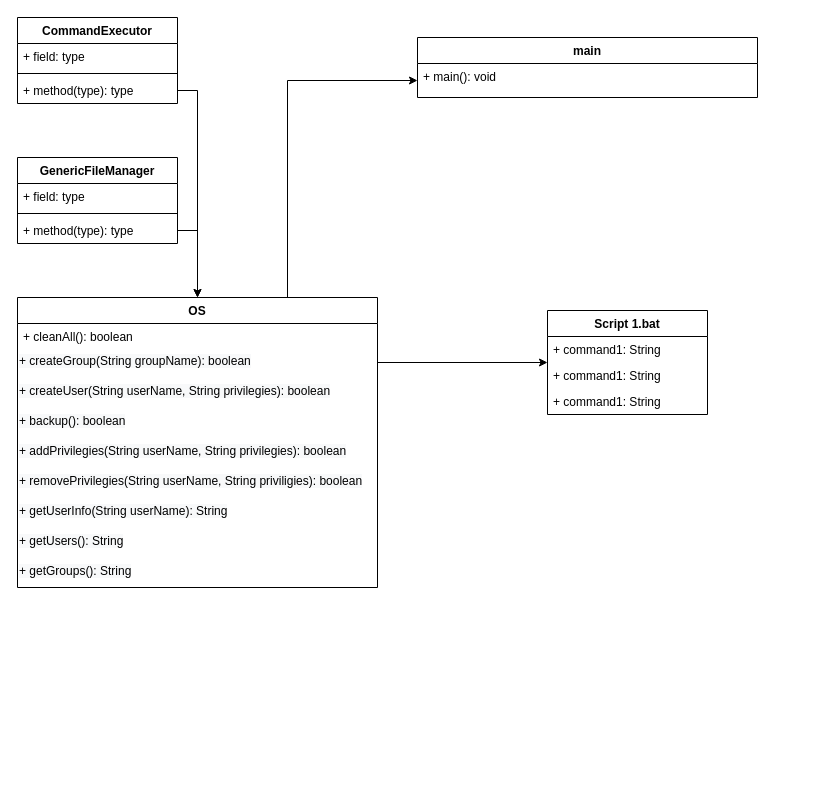
Earlier version of the draw.io diagram sistemasoperativos/doc/Diagrama de clases.drawio (RafaelRodriguezSanz/Sistemas-Operativos). Source tidied: cells renumbered, new cells numbered last; positions are measured from the earlier drawing's top-left corner, leaving out a move shared by most shapes. Both pictures are drawn from the tidied source at 100%, with x=0, y=0 at pixel (17, 17).
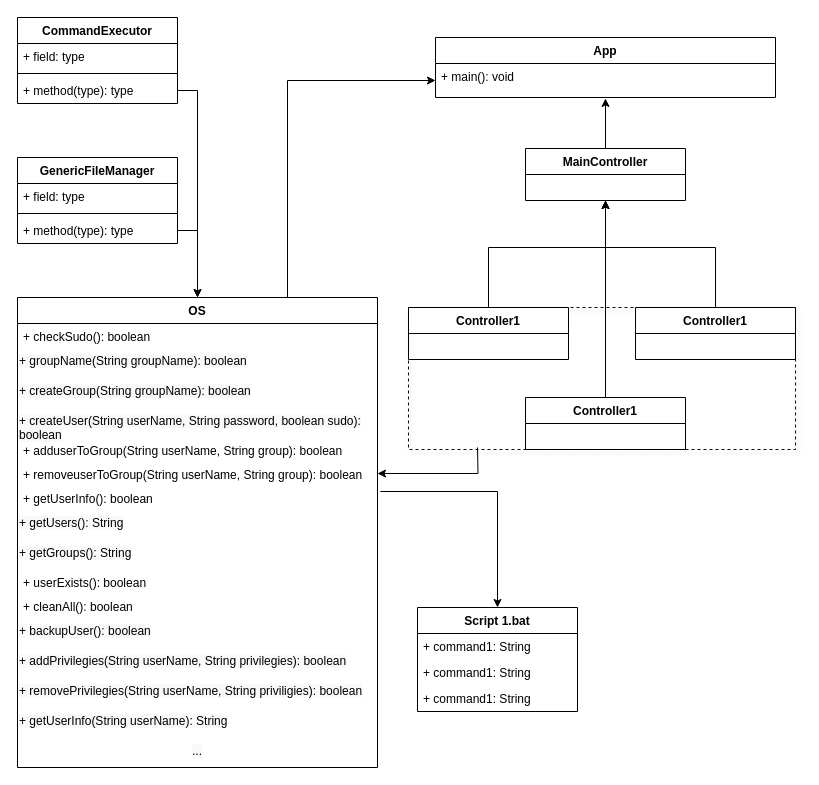
The same page after the edit.

The change refers to these unchanged cells:
```xml
<mxCell id="22" value="+ main(): void" style="text;strokeColor=none;fillColor=none;align=left;verticalAlign=top;spacingLeft=4;spacingRight=4;overflow=hidden;points=[[0,0.5],[1,0.5]];portConstraint=eastwest;" parent="21" vertex="1">
  <mxGeometry y="26" width="340" height="34" as="geometry" />
</mxCell>
```

Change to the diagram source:
```diff
@@
     <mxCell id="11" value="OS" style="swimlane;fontStyle=1;align=center;verticalAlign=top;horizontal=1;startSize=26;" parent="1" vertex="1">
-      <mxGeometry y="280" width="360" height="290" as="geometry" />
+      <mxGeometry y="280" width="360" height="470" as="geometry" />
     </mxCell>
-    <mxCell id="12" value="+ cleanAll(): boolean" style="text;strokeColor=none;fillColor=none;align=left;verticalAlign=top;spacingLeft=4;spacingRight=4;overflow=hidden;" parent="11" vertex="1">
+    <mxCell id="12" value="+ checkSudo(): boolean" style="text;strokeColor=none;fillColor=none;align=left;verticalAlign=top;spacingLeft=4;spacingRight=4;overflow=hidden;" parent="11" vertex="1">
       <mxGeometry y="26" width="360" height="24" as="geometry" />
     </mxCell>
+    <mxCell id="30" value="&lt;span style=&quot;color: rgb(0 , 0 , 0) ; font-family: &amp;#34;helvetica&amp;#34; ; font-size: 12px ; font-style: normal ; font-weight: 400 ; letter-spacing: normal ; text-align: left ; text-indent: 0px ; text-transform: none ; word-spacing: 0px ; background-color: rgb(248 , 249 , 250) ; display: inline ; float: none&quot;&gt;+ groupName(String groupName): boolean&lt;/span&gt;" style="text;whiteSpace=wrap;html=1;" parent="11" vertex="1">
+      <mxGeometry y="50" width="360" height="30" as="geometry" />
+    </mxCell>
     <mxCell id="13" value="&lt;span style=&quot;color: rgb(0 , 0 , 0) ; font-family: &amp;#34;helvetica&amp;#34; ; font-size: 12px ; font-style: normal ; font-weight: 400 ; letter-spacing: normal ; text-align: left ; text-indent: 0px ; text-transform: none ; word-spacing: 0px ; background-color: rgb(248 , 249 , 250) ; display: inline ; float: none&quot;&gt;+ createGroup(String groupName): boolean&lt;/span&gt;&lt;br style=&quot;padding: 0px ; margin: 0px ; color: rgb(0 , 0 , 0) ; font-family: &amp;#34;helvetica&amp;#34; ; font-size: 12px ; font-style: normal ; font-weight: 400 ; letter-spacing: normal ; text-align: left ; text-indent: 0px ; text-transform: none ; word-spacing: 0px ; background-color: rgb(248 , 249 , 250)&quot;&gt;" style="text;whiteSpace=wrap;html=1;" parent="11" vertex="1">
-      <mxGeometry y="50" width="360" height="30" as="geometry" />
+      <mxGeometry y="80" width="360" height="30" as="geometry" />
     </mxCell>
-    <mxCell id="14" value="&lt;span style=&quot;color: rgb(0 , 0 , 0) ; font-size: 12px ; font-style: normal ; font-weight: 400 ; letter-spacing: normal ; text-align: left ; text-indent: 0px ; text-transform: none ; word-spacing: 0px ; font-family: &amp;#34;helvetica&amp;#34; ; background-color: rgb(248 , 249 , 250) ; display: inline ; float: none&quot;&gt;+ createUser(String userName, String privilegies): boolean&lt;/span&gt;&lt;br style=&quot;color: rgb(0 , 0 , 0) ; font-size: 12px ; font-style: normal ; font-weight: 400 ; letter-spacing: normal ; text-align: left ; text-indent: 0px ; text-transform: none ; word-spacing: 0px ; padding: 0px ; margin: 0px ; font-family: &amp;#34;helvetica&amp;#34; ; background-color: rgb(248 , 249 , 250)&quot;&gt;" style="text;whiteSpace=wrap;html=1;" parent="11" vertex="1">
-      <mxGeometry y="80" width="360" height="30" as="geometry" />
+    <mxCell id="14" value="&lt;span style=&quot;color: rgb(0 , 0 , 0) ; font-size: 12px ; font-style: normal ; font-weight: 400 ; letter-spacing: normal ; text-align: left ; text-indent: 0px ; text-transform: none ; word-spacing: 0px ; font-family: &amp;#34;helvetica&amp;#34; ; background-color: rgb(248 , 249 , 250) ; display: inline ; float: none&quot;&gt;+ createUser(String userName, String password, boolean sudo): boolean&lt;/span&gt;" style="text;whiteSpace=wrap;html=1;" parent="11" vertex="1">
+      <mxGeometry y="110" width="360" height="30" as="geometry" />
     </mxCell>
+    <mxCell id="31" value="+ adduserToGroup(String userName, String group): boolean" style="text;strokeColor=none;fillColor=none;align=left;verticalAlign=top;spacingLeft=4;spacingRight=4;overflow=hidden;" parent="11" vertex="1">
+      <mxGeometry y="140" width="360" height="24" as="geometry" />
+    </mxCell>
+    <mxCell id="32" value="+ removeuserToGroup(String userName, String group): boolean" style="text;strokeColor=none;fillColor=none;align=left;verticalAlign=top;spacingLeft=4;spacingRight=4;overflow=hidden;points=[[0,0.5],[1,0.5]];portConstraint=eastwest;" parent="11" vertex="1">
+      <mxGeometry y="164" width="360" height="24" as="geometry" />
+    </mxCell>
+    <mxCell id="33" value="+ getUserInfo(): boolean" style="text;strokeColor=none;fillColor=none;align=left;verticalAlign=top;spacingLeft=4;spacingRight=4;overflow=hidden;" parent="11" vertex="1">
+      <mxGeometry y="188" width="360" height="24" as="geometry" />
+    </mxCell>
+    <mxCell id="19" value="&lt;span style=&quot;color: rgb(0 , 0 , 0) ; font-size: 12px ; font-style: normal ; font-weight: 400 ; letter-spacing: normal ; text-align: left ; text-indent: 0px ; text-transform: none ; word-spacing: 0px ; font-family: &amp;#34;helvetica&amp;#34; ; background-color: rgb(248 , 249 , 250) ; display: inline ; float: none&quot;&gt;+ getUsers(): String&lt;/span&gt;" style="text;whiteSpace=wrap;html=1;" parent="11" vertex="1">
+      <mxGeometry y="212" width="360" height="30" as="geometry" />
+    </mxCell>
+    <mxCell id="20" value="&lt;span style=&quot;color: rgb(0 , 0 , 0) ; font-size: 12px ; font-style: normal ; font-weight: 400 ; letter-spacing: normal ; text-align: left ; text-indent: 0px ; text-transform: none ; word-spacing: 0px ; font-family: &amp;#34;helvetica&amp;#34; ; background-color: rgb(248 , 249 , 250) ; display: inline ; float: none&quot;&gt;+ getGroups(): String&lt;/span&gt;" style="text;whiteSpace=wrap;html=1;" parent="11" vertex="1">
+      <mxGeometry y="242" width="360" height="30" as="geometry" />
+    </mxCell>
+    <mxCell id="34" value="+ userExists(): boolean" style="text;strokeColor=none;fillColor=none;align=left;verticalAlign=top;spacingLeft=4;spacingRight=4;overflow=hidden;" parent="11" vertex="1">
+      <mxGeometry y="272" width="360" height="24" as="geometry" />
+    </mxCell>
+    <mxCell id="35" value="+ cleanAll(): boolean" style="text;strokeColor=none;fillColor=none;align=left;verticalAlign=top;spacingLeft=4;spacingRight=4;overflow=hidden;" parent="11" vertex="1">
+      <mxGeometry y="296" width="360" height="24" as="geometry" />
+    </mxCell>
-    <mxCell id="15" value="&lt;span style=&quot;color: rgb(0 , 0 , 0) ; font-size: 12px ; font-style: normal ; font-weight: 400 ; letter-spacing: normal ; text-align: left ; text-indent: 0px ; text-transform: none ; word-spacing: 0px ; font-family: &amp;#34;helvetica&amp;#34; ; background-color: rgb(248 , 249 , 250) ; display: inline ; float: none&quot;&gt;+ backup(): boolean&lt;/span&gt;" style="text;whiteSpace=wrap;html=1;" parent="11" vertex="1">
-      <mxGeometry y="110" width="360" height="30" as="geometry" />
+    <mxCell id="15" value="&lt;span style=&quot;color: rgb(0 , 0 , 0) ; font-size: 12px ; font-style: normal ; font-weight: 400 ; letter-spacing: normal ; text-align: left ; text-indent: 0px ; text-transform: none ; word-spacing: 0px ; font-family: &amp;#34;helvetica&amp;#34; ; background-color: rgb(248 , 249 , 250) ; display: inline ; float: none&quot;&gt;+ backupUser(): boolean&lt;/span&gt;" style="text;whiteSpace=wrap;html=1;" parent="11" vertex="1">
+      <mxGeometry y="320" width="360" height="30" as="geometry" />
     </mxCell>
     <mxCell id="16" value="&lt;span style=&quot;color: rgb(0 , 0 , 0) ; font-size: 12px ; font-style: normal ; font-weight: 400 ; letter-spacing: normal ; text-align: left ; text-indent: 0px ; text-transform: none ; word-spacing: 0px ; font-family: &amp;#34;helvetica&amp;#34; ; background-color: rgb(248 , 249 , 250) ; display: inline ; float: none&quot;&gt;+ addPrivilegies(String userName, String privilegies): boolean&lt;/span&gt;&lt;br style=&quot;color: rgb(0 , 0 , 0) ; font-size: 12px ; font-style: normal ; font-weight: 400 ; letter-spacing: normal ; text-align: left ; text-indent: 0px ; text-transform: none ; word-spacing: 0px ; padding: 0px ; margin: 0px ; font-family: &amp;#34;helvetica&amp;#34; ; background-color: rgb(248 , 249 , 250)&quot;&gt;" style="text;whiteSpace=wrap;html=1;" parent="11" vertex="1">
-      <mxGeometry y="140" width="360" height="30" as="geometry" />
+      <mxGeometry y="350" width="360" height="30" as="geometry" />
     </mxCell>
     <mxCell id="17" value="&lt;span style=&quot;color: rgb(0 , 0 , 0) ; font-size: 12px ; font-style: normal ; font-weight: 400 ; letter-spacing: normal ; text-align: left ; text-indent: 0px ; text-transform: none ; word-spacing: 0px ; font-family: &amp;#34;helvetica&amp;#34; ; background-color: rgb(248 , 249 , 250) ; display: inline ; float: none&quot;&gt;+ removePrivilegies(String userName, String priviligies): boolean&lt;/span&gt;&lt;br style=&quot;color: rgb(0 , 0 , 0) ; font-size: 12px ; font-style: normal ; font-weight: 400 ; letter-spacing: normal ; text-align: left ; text-indent: 0px ; text-transform: none ; word-spacing: 0px ; padding: 0px ; margin: 0px ; font-family: &amp;#34;helvetica&amp;#34; ; background-color: rgb(248 , 249 , 250)&quot;&gt;" style="text;whiteSpace=wrap;html=1;" parent="11" vertex="1">
-      <mxGeometry y="170" width="360" height="30" as="geometry" />
+      <mxGeometry y="380" width="360" height="30" as="geometry" />
     </mxCell>
+    <mxCell id="36" value="&lt;span style=&quot;color: rgb(0 , 0 , 0) ; font-size: 12px ; font-style: normal ; font-weight: 400 ; letter-spacing: normal ; text-align: left ; text-indent: 0px ; text-transform: none ; word-spacing: 0px ; font-family: &amp;#34;helvetica&amp;#34; ; background-color: rgb(248 , 249 , 250) ; display: inline ; float: none&quot;&gt;+ getUserInfo(String userName): String&lt;/span&gt;&lt;br style=&quot;color: rgb(0 , 0 , 0) ; font-size: 12px ; font-style: normal ; font-weight: 400 ; letter-spacing: normal ; text-align: left ; text-indent: 0px ; text-transform: none ; word-spacing: 0px ; padding: 0px ; margin: 0px ; font-family: &amp;#34;helvetica&amp;#34; ; background-color: rgb(248 , 249 , 250)&quot;&gt;" style="text;whiteSpace=wrap;html=1;" parent="11" vertex="1">
+      <mxGeometry y="410" width="360" height="30" as="geometry" />
+    </mxCell>
-    <mxCell id="18" value="&lt;span style=&quot;color: rgb(0 , 0 , 0) ; font-size: 12px ; font-style: normal ; font-weight: 400 ; letter-spacing: normal ; text-align: left ; text-indent: 0px ; text-transform: none ; word-spacing: 0px ; font-family: &amp;#34;helvetica&amp;#34; ; background-color: rgb(248 , 249 , 250) ; display: inline ; float: none&quot;&gt;+ getUserInfo(String userName): String&lt;/span&gt;&lt;br style=&quot;color: rgb(0 , 0 , 0) ; font-size: 12px ; font-style: normal ; font-weight: 400 ; letter-spacing: normal ; text-align: left ; text-indent: 0px ; text-transform: none ; word-spacing: 0px ; padding: 0px ; margin: 0px ; font-family: &amp;#34;helvetica&amp;#34; ; background-color: rgb(248 , 249 , 250)&quot;&gt;" style="text;whiteSpace=wrap;html=1;" parent="11" vertex="1">
-      <mxGeometry y="200" width="360" height="30" as="geometry" />
+    <mxCell id="18" value="&lt;span style=&quot;color: rgb(0 , 0 , 0) ; font-size: 12px ; font-style: normal ; font-weight: 400 ; letter-spacing: normal ; text-indent: 0px ; text-transform: none ; word-spacing: 0px ; font-family: &amp;#34;helvetica&amp;#34; ; background-color: rgb(248 , 249 , 250) ; display: inline ; float: none&quot;&gt;...&lt;/span&gt;" style="text;whiteSpace=wrap;html=1;align=center;" parent="11" vertex="1">
+      <mxGeometry y="440" width="360" height="30" as="geometry" />
     </mxCell>
-    <mxCell id="19" value="&lt;span style=&quot;color: rgb(0 , 0 , 0) ; font-size: 12px ; font-style: normal ; font-weight: 400 ; letter-spacing: normal ; text-align: left ; text-indent: 0px ; text-transform: none ; word-spacing: 0px ; font-family: &amp;#34;helvetica&amp;#34; ; background-color: rgb(248 , 249 , 250) ; display: inline ; float: none&quot;&gt;+ getUsers(): String&lt;/span&gt;" style="text;whiteSpace=wrap;html=1;" parent="11" vertex="1">
-      <mxGeometry y="230" width="360" height="30" as="geometry" />
-    </mxCell>
-    <mxCell id="20" value="&lt;span style=&quot;color: rgb(0 , 0 , 0) ; font-size: 12px ; font-style: normal ; font-weight: 400 ; letter-spacing: normal ; text-align: left ; text-indent: 0px ; text-transform: none ; word-spacing: 0px ; font-family: &amp;#34;helvetica&amp;#34; ; background-color: rgb(248 , 249 , 250) ; display: inline ; float: none&quot;&gt;+ getGroups(): String&lt;/span&gt;" style="text;whiteSpace=wrap;html=1;" parent="11" vertex="1">
-      <mxGeometry y="260" width="360" height="30" as="geometry" />
-    </mxCell>
-    <mxCell id="21" value="main" style="swimlane;fontStyle=1;align=center;verticalAlign=top;horizontal=1;startSize=26;" parent="1" vertex="1">
-      <mxGeometry x="400" y="20" width="340" height="60" as="geometry" />
+    <mxCell id="21" value="App" style="swimlane;fontStyle=1;align=center;verticalAlign=top;horizontal=1;startSize=26;" parent="1" vertex="1">
+      <mxGeometry x="418" y="20" width="340" height="60" as="geometry" />
     </mxCell>
@@
     <mxCell id="23" value="Script 1.bat" style="swimlane;fontStyle=1;align=center;verticalAlign=top;horizontal=1;startSize=26;" parent="1" vertex="1">
-      <mxGeometry x="530" y="293" width="160" height="104" as="geometry" />
+      <mxGeometry x="400" y="590" width="160" height="104" as="geometry" />
     </mxCell>
@@
-    <mxCell id="29" style="edgeStyle=orthogonalEdgeStyle;rounded=0;jettySize=auto;html=1;" parent="1" edge="1" source="13" target="23">
-      <mxGeometry relative="1" as="geometry" />
+    <mxCell id="29" style="edgeStyle=orthogonalEdgeStyle;rounded=0;jettySize=auto;html=1;exitX=1.008;exitY=1.25;exitDx=0;exitDy=0;exitPerimeter=0;" parent="1" edge="1" source="32" target="23">
+      <mxGeometry relative="1" as="geometry">
+        <Array as="points">
+          <mxPoint x="480" y="474" />
+        </Array>
+      </mxGeometry>
     </mxCell>
+    <mxCell id="37" style="edgeStyle=orthogonalEdgeStyle;rounded=0;jettySize=auto;html=1;entryX=0.5;entryY=1.029;entryDx=0;entryDy=0;entryPerimeter=0;" parent="1" edge="1" source="39" target="22">
+      <mxGeometry relative="1" as="geometry" />
+    </mxCell>
+    <mxCell id="38" style="edgeStyle=orthogonalEdgeStyle;rounded=0;jettySize=auto;html=1;entryX=1;entryY=0.5;entryDx=0;entryDy=0;" parent="1" edge="1" target="32">
+      <mxGeometry relative="1" as="geometry">
+        <mxPoint x="460" y="430" as="sourcePoint" />
+      </mxGeometry>
+    </mxCell>
+    <mxCell id="39" value="MainController" style="swimlane;fontStyle=1;align=center;verticalAlign=top;horizontal=1;startSize=26;" parent="1" vertex="1">
+      <mxGeometry x="508" y="131" width="160" height="52" as="geometry" />
+    </mxCell>
+    <mxCell id="40" style="edgeStyle=orthogonalEdgeStyle;rounded=0;jettySize=auto;html=1;entryX=0.5;entryY=1;entryDx=0;entryDy=0;" parent="1" edge="1" source="44" target="39">
+      <mxGeometry relative="1" as="geometry">
+        <Array as="points">
+          <mxPoint x="471" y="230" />
+          <mxPoint x="588" y="230" />
+        </Array>
+      </mxGeometry>
+    </mxCell>
+    <mxCell id="41" style="edgeStyle=orthogonalEdgeStyle;rounded=0;jettySize=auto;html=1;entryX=0.5;entryY=1;entryDx=0;entryDy=0;" parent="1" edge="1" source="45" target="39">
+      <mxGeometry relative="1" as="geometry">
+        <Array as="points">
+          <mxPoint x="698" y="230" />
+          <mxPoint x="588" y="230" />
+        </Array>
+      </mxGeometry>
+    </mxCell>
+    <mxCell id="42" style="edgeStyle=orthogonalEdgeStyle;rounded=0;jettySize=auto;html=1;entryX=0.5;entryY=1;entryDx=0;entryDy=0;" parent="1" edge="1" source="46" target="39">
+      <mxGeometry relative="1" as="geometry" />
+    </mxCell>
+    <mxCell id="43" style="group;strokeColor=#0D0D0D;shadow=1;dashed=1;" parent="1" vertex="1">
+      <mxGeometry x="391" y="290" width="387" height="142" as="geometry" />
+    </mxCell>
+    <mxCell id="44" value="Controller1" style="swimlane;fontStyle=1;align=center;verticalAlign=top;horizontal=1;startSize=26;" parent="43" vertex="1">
+      <mxGeometry width="160" height="52" as="geometry" />
+    </mxCell>
+    <mxCell id="45" value="Controller1" style="swimlane;fontStyle=1;align=center;verticalAlign=top;horizontal=1;startSize=26;" parent="43" vertex="1">
+      <mxGeometry x="227" width="160" height="52" as="geometry" />
+    </mxCell>
+    <mxCell id="46" value="Controller1" style="swimlane;fontStyle=1;align=center;verticalAlign=top;horizontal=1;startSize=26;" parent="43" vertex="1">
+      <mxGeometry x="117" y="90" width="160" height="52" as="geometry" />
+    </mxCell>
```
